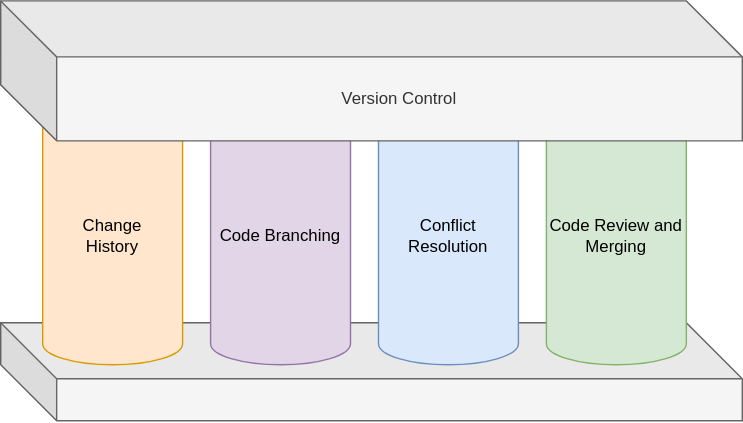
Above: assets/images/svc-pillars.svg in matman26/matman26.github.io (draw.io), before the change. Source tidied: cells renumbered, new cells last; positions are measured from the earlier drawing's top-left corner, leaving out a move shared by most shapes. Its diagram source:
```xml
<mxGraphModel>
  <root>
    <mxCell id="0" />
    <mxCell id="1" parent="0" />
    <mxCell id="2" style="shape=cube;whiteSpace=wrap;html=1;boundedLbl=1;backgroundOutline=1;darkOpacity=0.05;darkOpacity2=0.1;size=40;fillColor=#f5f5f5;fontColor=#333333;strokeColor=#666666;" parent="1" vertex="1">
      <mxGeometry y="230" width="530" height="70" as="geometry" />
    </mxCell>
    <mxCell id="3" value="Code Review and Merging" style="shape=cylinder3;whiteSpace=wrap;html=1;boundedLbl=1;backgroundOutline=1;size=15;fillColor=#d5e8d4;strokeColor=#82b366;" parent="1" vertex="1">
      <mxGeometry x="390" y="50" width="100" height="210" as="geometry" />
    </mxCell>
    <mxCell id="4" value="Conflict Resolution" style="shape=cylinder3;whiteSpace=wrap;html=1;boundedLbl=1;backgroundOutline=1;size=15;fillColor=#dae8fc;strokeColor=#6c8ebf;" parent="1" vertex="1">
      <mxGeometry x="270" y="50" width="100" height="210" as="geometry" />
    </mxCell>
    <mxCell id="5" value="Code Branching" style="shape=cylinder3;whiteSpace=wrap;html=1;boundedLbl=1;backgroundOutline=1;size=15;fillColor=#e1d5e7;strokeColor=#9673a6;" parent="1" vertex="1">
      <mxGeometry x="150" y="50" width="100" height="210" as="geometry" />
    </mxCell>
    <mxCell id="6" value="&lt;div&gt;Change&lt;/div&gt;&lt;div&gt;History&lt;br&gt;&lt;/div&gt;" style="shape=cylinder3;whiteSpace=wrap;html=1;boundedLbl=1;backgroundOutline=1;size=15;fillColor=#ffe6cc;strokeColor=#d79b00;" parent="1" vertex="1">
      <mxGeometry x="30" y="50" width="100" height="210" as="geometry" />
    </mxCell>
    <mxCell id="7" value="Version Control" style="shape=cube;whiteSpace=wrap;html=1;boundedLbl=1;backgroundOutline=1;darkOpacity=0.05;darkOpacity2=0.1;fillColor=#f5f5f5;fontColor=#333333;strokeColor=#666666;size=40;" parent="1" vertex="1">
      <mxGeometry width="530" height="100" as="geometry" />
    </mxCell>
  </root>
</mxGraphModel>
```
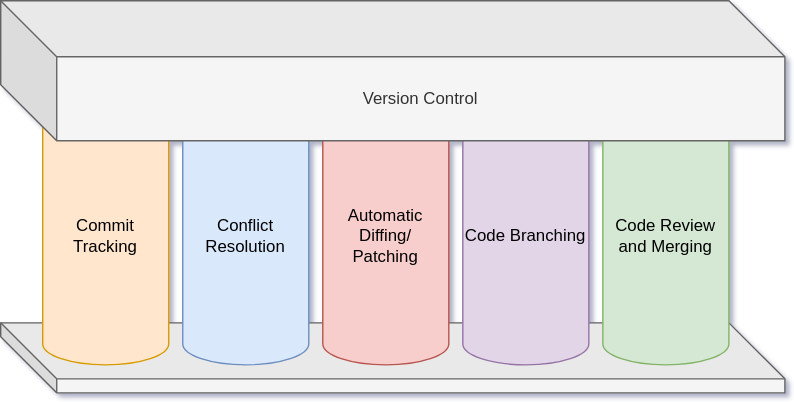
Above is the later version.

Commit message:
Update VCS pillars

What changed in the source:
```diff
@@ -3,22 +3,25 @@
     <mxCell id="0" />
     <mxCell id="1" parent="0" />
     <mxCell id="2" style="shape=cube;whiteSpace=wrap;html=1;boundedLbl=1;backgroundOutline=1;darkOpacity=0.05;darkOpacity2=0.1;size=40;fillColor=#f5f5f5;fontColor=#333333;strokeColor=#666666;" parent="1" vertex="1">
-      <mxGeometry y="230" width="530" height="70" as="geometry" />
+      <mxGeometry y="230" width="560" height="50" as="geometry" />
     </mxCell>
     <mxCell id="3" value="Code Review and Merging" style="shape=cylinder3;whiteSpace=wrap;html=1;boundedLbl=1;backgroundOutline=1;size=15;fillColor=#d5e8d4;strokeColor=#82b366;" parent="1" vertex="1">
-      <mxGeometry x="390" y="50" width="100" height="210" as="geometry" />
+      <mxGeometry x="430" y="50" width="90" height="210" as="geometry" />
     </mxCell>
     <mxCell id="4" value="Conflict Resolution" style="shape=cylinder3;whiteSpace=wrap;html=1;boundedLbl=1;backgroundOutline=1;size=15;fillColor=#dae8fc;strokeColor=#6c8ebf;" parent="1" vertex="1">
-      <mxGeometry x="270" y="50" width="100" height="210" as="geometry" />
+      <mxGeometry x="130" y="50" width="90" height="210" as="geometry" />
     </mxCell>
     <mxCell id="5" value="Code Branching" style="shape=cylinder3;whiteSpace=wrap;html=1;boundedLbl=1;backgroundOutline=1;size=15;fillColor=#e1d5e7;strokeColor=#9673a6;" parent="1" vertex="1">
-      <mxGeometry x="150" y="50" width="100" height="210" as="geometry" />
+      <mxGeometry x="330" y="50" width="90" height="210" as="geometry" />
     </mxCell>
-    <mxCell id="6" value="&lt;div&gt;Change&lt;/div&gt;&lt;div&gt;History&lt;br&gt;&lt;/div&gt;" style="shape=cylinder3;whiteSpace=wrap;html=1;boundedLbl=1;backgroundOutline=1;size=15;fillColor=#ffe6cc;strokeColor=#d79b00;" parent="1" vertex="1">
-      <mxGeometry x="30" y="50" width="100" height="210" as="geometry" />
+    <mxCell id="6" value="Commit Tracking" style="shape=cylinder3;whiteSpace=wrap;html=1;boundedLbl=1;backgroundOutline=1;size=15;fillColor=#ffe6cc;strokeColor=#d79b00;" parent="1" vertex="1">
+      <mxGeometry x="30" y="50" width="90" height="210" as="geometry" />
     </mxCell>
+    <mxCell id="8" value="&lt;div&gt;Automatic&lt;/div&gt;&lt;div&gt;Diffing/&lt;/div&gt;&lt;div&gt;Patching&lt;/div&gt;" style="shape=cylinder3;whiteSpace=wrap;html=1;boundedLbl=1;backgroundOutline=1;size=15;fillColor=#f8cecc;strokeColor=#b85450;" parent="1" vertex="1">
+      <mxGeometry x="230" y="50" width="90" height="210" as="geometry" />
+    </mxCell>
     <mxCell id="7" value="Version Control" style="shape=cube;whiteSpace=wrap;html=1;boundedLbl=1;backgroundOutline=1;darkOpacity=0.05;darkOpacity2=0.1;fillColor=#f5f5f5;fontColor=#333333;strokeColor=#666666;size=40;" parent="1" vertex="1">
-      <mxGeometry width="530" height="100" as="geometry" />
+      <mxGeometry width="560" height="100" as="geometry" />
     </mxCell>
   </root>
 </mxGraphModel>
```
